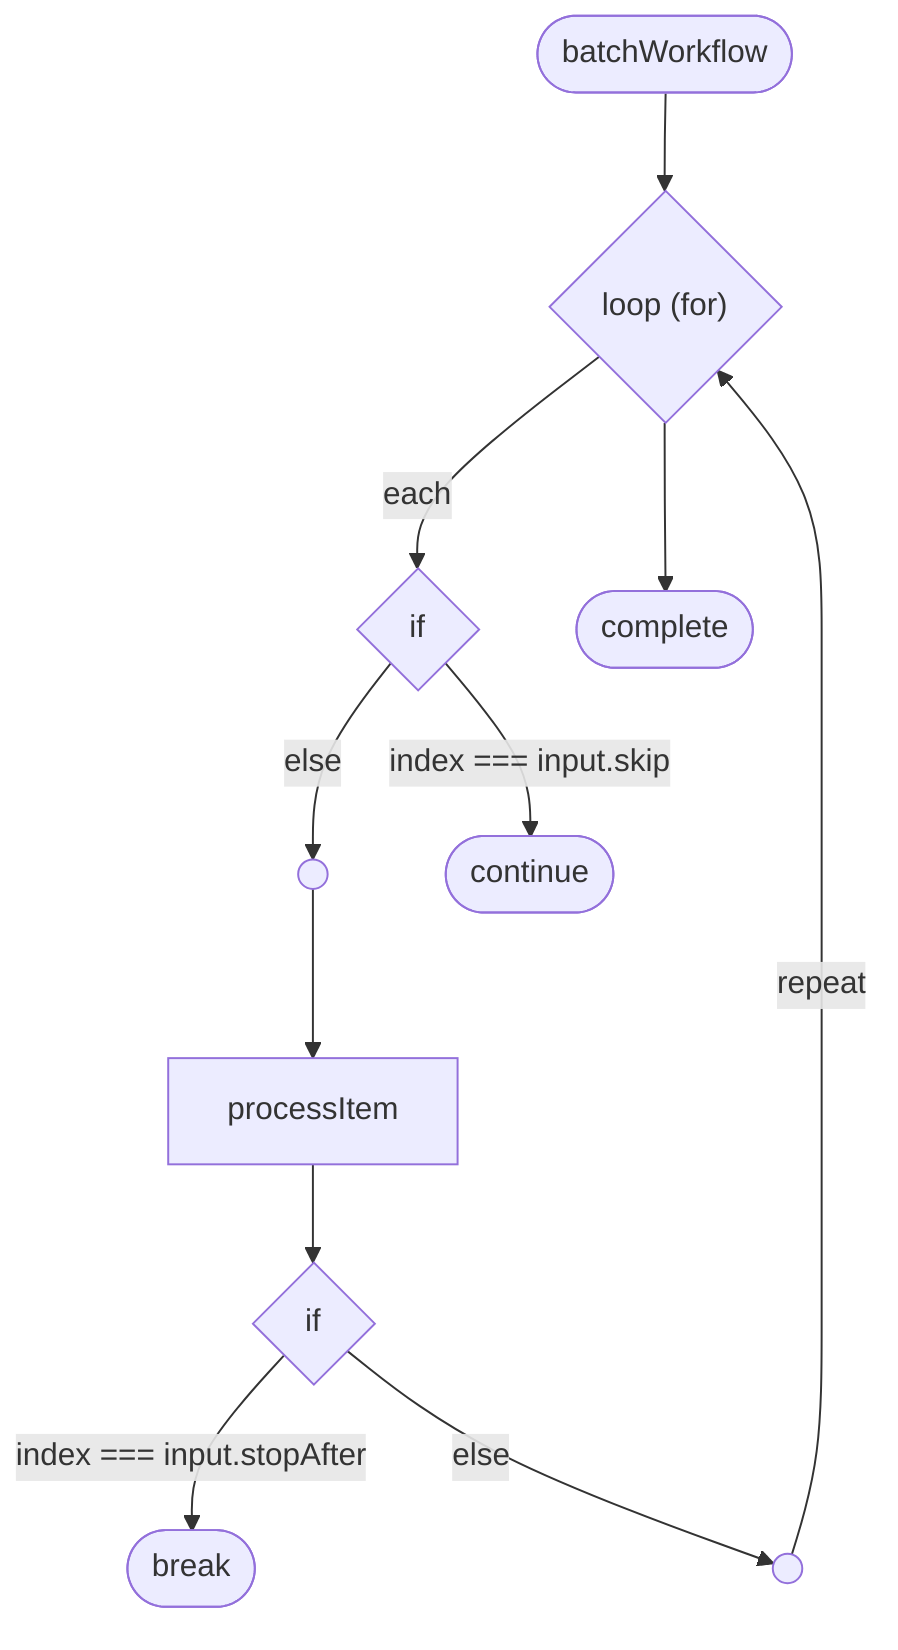
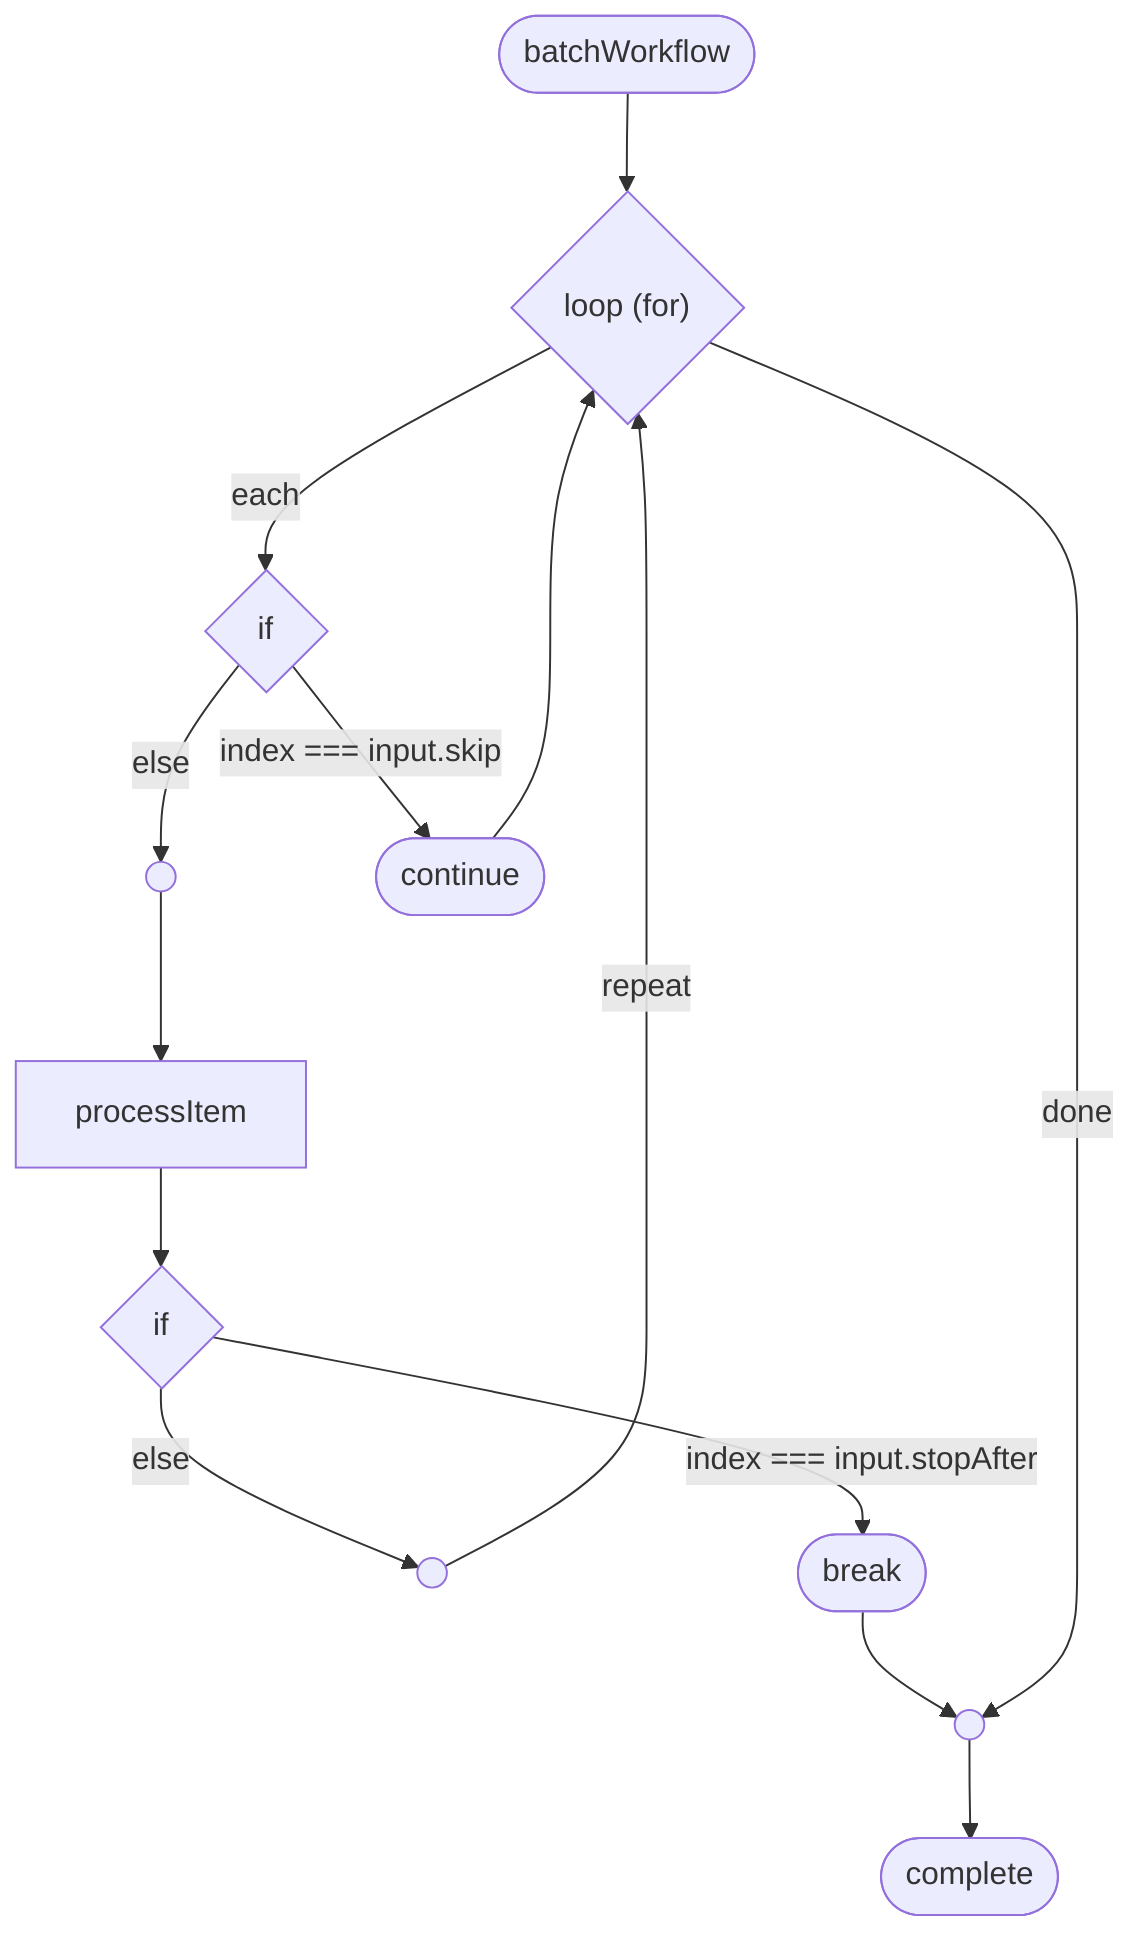
flowchart TD
  start(["batchWorkflow"])
  flow_batchWorkflow_6{"loop (for)"}
+   n1(( ))
  flow_batchWorkflow_2{"if"}
-   n1(( ))
+   n2(( ))
  flow_batchWorkflow_1(["continue"])
  flow_batchWorkflow_3["processItem"]
  flow_batchWorkflow_5{"if"}
-   n2(( ))
+   n3(( ))
  flow_batchWorkflow_4(["break"])
  complete(["complete"])
  start --> flow_batchWorkflow_6
  flow_batchWorkflow_6 -->|"each"| flow_batchWorkflow_2
  flow_batchWorkflow_2 -->|"index === input.skip"| flow_batchWorkflow_1
-   flow_batchWorkflow_2 -->|"else"| n1
-   n1 --> flow_batchWorkflow_3
+   flow_batchWorkflow_1 --> flow_batchWorkflow_6
+   flow_batchWorkflow_2 -->|"else"| n2
+   n2 --> flow_batchWorkflow_3
  flow_batchWorkflow_3 --> flow_batchWorkflow_5
  flow_batchWorkflow_5 -->|"index === input.stopAfter"| flow_batchWorkflow_4
-   flow_batchWorkflow_5 -->|"else"| n2
-   n2 -->|"repeat"| flow_batchWorkflow_6
-   flow_batchWorkflow_6 --> complete
+   flow_batchWorkflow_4 --> n1
+   flow_batchWorkflow_5 -->|"else"| n3
+   n3 -->|"repeat"| flow_batchWorkflow_6
+   flow_batchWorkflow_6 -->|"done"| n1
+   n1 --> complete
